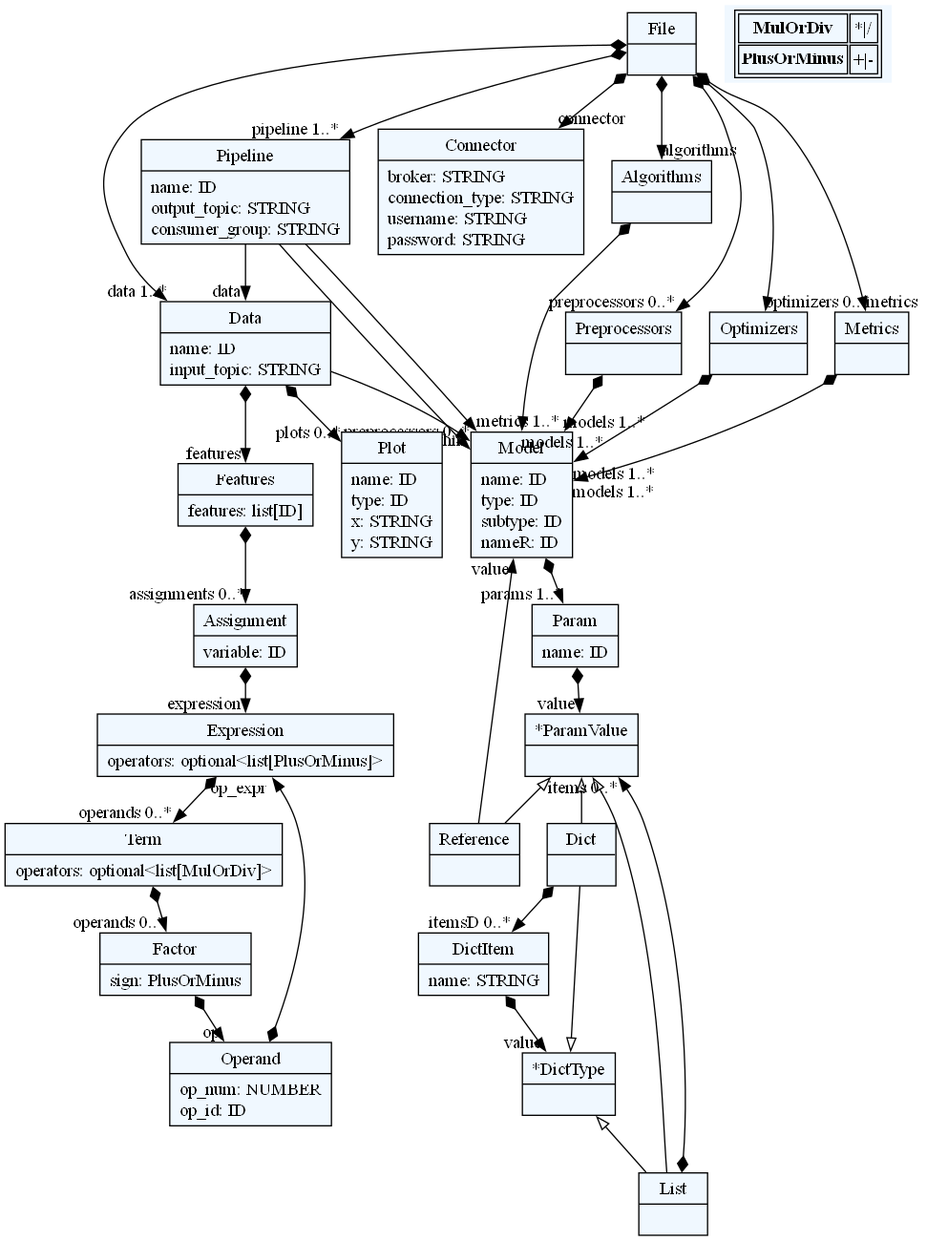
deepblue597/beaver keeps this Graphviz diagram as beaver/beaver.dot.png. Above is the earlier version. Its source is kept beside it as beaver/beaver.dot.
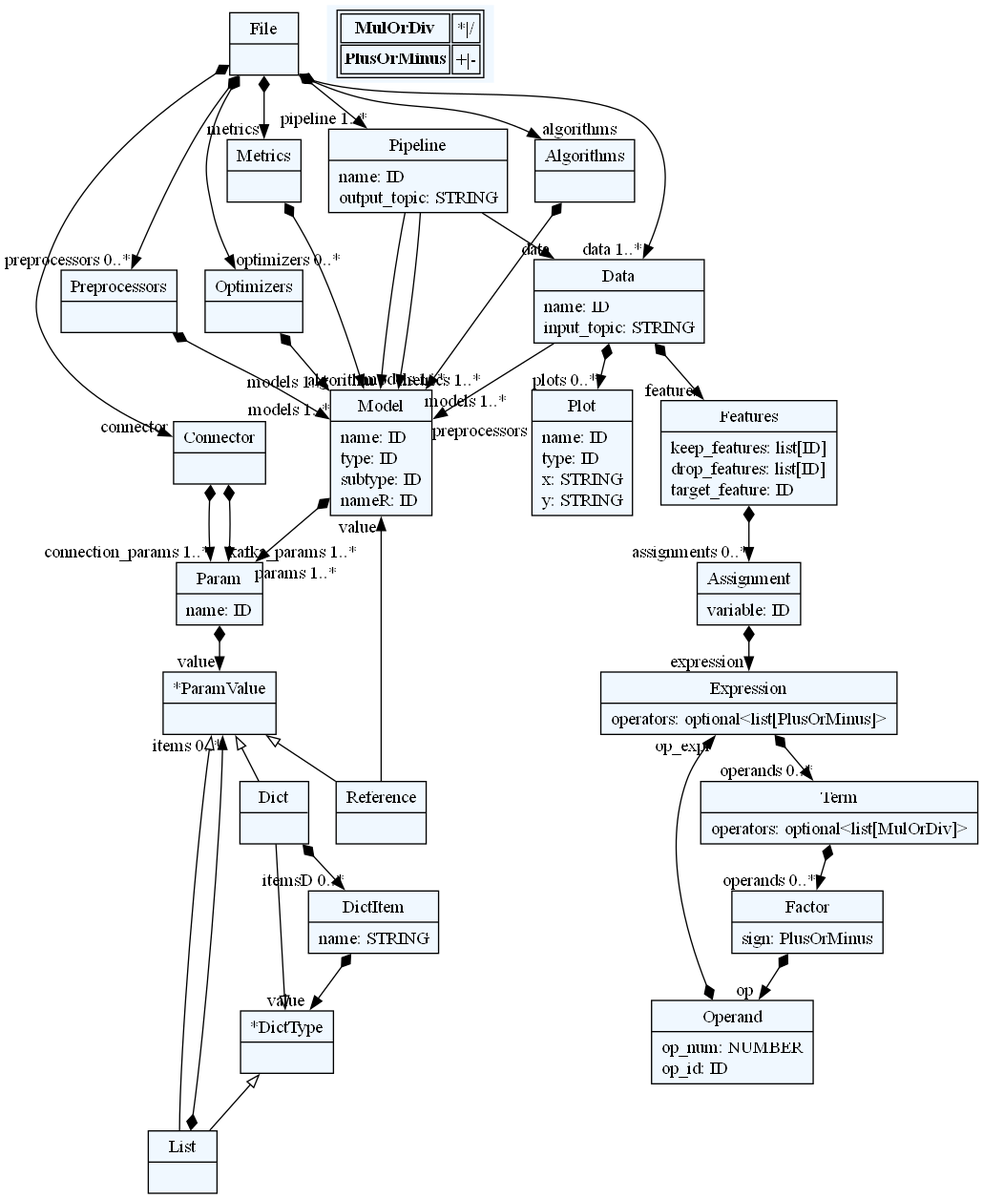
After the commit.

Diff of the diagram source:
```diff
@@ -10,88 +10,90 @@
     edge[dir=black,arrowtail=empty]
 
 
-1826590761392[ label="{File|}"]
+2126127807040[ label="{File|}"]
 
-1826590760384[ label="{Pipeline|name: ID\loutput_topic: STRING\lconsumer_group: STRING\l}"]
+2126127802288[ label="{Pipeline|name: ID\loutput_topic: STRING\l}"]
 
-1826590767632[ label="{Data|name: ID\linput_topic: STRING\l}"]
+2126127794896[ label="{Data|name: ID\linput_topic: STRING\l}"]
 
-1826590757360[ label="{Connector|broker: STRING\lconnection_type: STRING\lusername: STRING\lpassword: STRING\l}"]
+2126127798736[ label="{Connector|}"]
 
-1826590766720[ label="{Algorithms|}"]
+2126127807376[ label="{Algorithms|}"]
 
-1826590757552[ label="{Preprocessors|}"]
+2126127803296[ label="{Preprocessors|}"]
 
-1826590846096[ label="{Optimizers|}"]
+2126127805552[ label="{Optimizers|}"]
 
-1826590839424[ label="{Metrics|}"]
+2126127808048[ label="{Metrics|}"]
 
-1826590839952[ label="{Model|name: ID\ltype: ID\lsubtype: ID\lnameR: ID\l}"]
+2126127804352[ label="{Model|name: ID\ltype: ID\lsubtype: ID\lnameR: ID\l}"]
 
-1826590849984[ label="{Param|name: ID\l}"]
+2126127807520[ label="{Param|name: ID\l}"]
 
-1826590847872[ label="{List|}"]
+2126128352048[ label="{List|}"]
 
-1826590847440[ label="{*ParamValue|}"]
+2126128351952[ label="{*ParamValue|}"]
 
-1826590846768[ label="{Dict|}"]
+2126128352000[ label="{Dict|}"]
 
-1826590847776[ label="{DictItem|name: STRING\l}"]
+2126127807136[ label="{DictItem|name: STRING\l}"]
 
-1826590847680[ label="{*DictType|}"]
+2126128350656[ label="{*DictType|}"]
 
-1826590847824[ label="{Reference|}"]
+2126128350464[ label="{Reference|}"]
 
-1826590835728[ label="{Features|features: list[ID]\l}"]
+2126128351232[ label="{Features|keep_features: list[ID]\ldrop_features: list[ID]\ltarget_feature: ID\l}"]
 
-1826590836400[ label="{Assignment|variable: ID\l}"]
+2126128350080[ label="{Assignment|variable: ID\l}"]
 
-1826590834768[ label="{Expression|operators: optional\<list[PlusOrMinus]\>\l}"]
+2126128349552[ label="{Expression|operators: optional\<list[PlusOrMinus]\>\l}"]
 
-1826590848112[ label="{Term|operators: optional\<list[MulOrDiv]\>\l}"]
+2126128349936[ label="{Term|operators: optional\<list[MulOrDiv]\>\l}"]
 
-1826590848784[ label="{Factor|sign: PlusOrMinus\l}"]
+2126128351616[ label="{Factor|sign: PlusOrMinus\l}"]
 
-1826590849216[ label="{Operand|op_num: NUMBER\lop_id: ID\l}"]
+2126128350176[ label="{Operand|op_num: NUMBER\lop_id: ID\l}"]
 
-1826590849312[ label="{Plot|name: ID\ltype: ID\lx: STRING\ly: STRING\l}"]
+2126128351760[ label="{Plot|name: ID\ltype: ID\lx: STRING\ly: STRING\l}"]
 
 
 
-1826590761392 -> 1826590760384[arrowtail=diamond, dir=both, headlabel="pipeline 1..*"]
-1826590761392 -> 1826590757360[arrowtail=diamond, dir=both, headlabel="connector "]
-1826590761392 -> 1826590767632[arrowtail=diamond, dir=both, headlabel="data 1..*"]
-1826590761392 -> 1826590757552[arrowtail=diamond, dir=both, headlabel="preprocessors 0..*"]
-1826590761392 -> 1826590766720[arrowtail=diamond, dir=both, headlabel="algorithms "]
-1826590761392 -> 1826590846096[arrowtail=diamond, dir=both, headlabel="optimizers 0..*"]
-1826590761392 -> 1826590839424[arrowtail=diamond, dir=both, headlabel="metrics "]
-1826590760384 -> 1826590767632[headlabel="data "]
-1826590760384 -> 1826590839952[headlabel="algorithm "]
-1826590760384 -> 1826590839952[headlabel="metrics 1..*"]
-1826590767632 -> 1826590835728[arrowtail=diamond, dir=both, headlabel="features "]
-1826590767632 -> 1826590839952[headlabel="preprocessors 0..*"]
-1826590767632 -> 1826590849312[arrowtail=diamond, dir=both, headlabel="plots 0..*"]
-1826590766720 -> 1826590839952[arrowtail=diamond, dir=both, headlabel="models 1..*"]
-1826590757552 -> 1826590839952[arrowtail=diamond, dir=both, headlabel="models 1..*"]
-1826590846096 -> 1826590839952[arrowtail=diamond, dir=both, headlabel="models 1..*"]
-1826590839424 -> 1826590839952[arrowtail=diamond, dir=both, headlabel="models 1..*"]
-1826590839952 -> 1826590849984[arrowtail=diamond, dir=both, headlabel="params 1..*"]
-1826590849984 -> 1826590847440[arrowtail=diamond, dir=both, headlabel="value "]
-1826590847872 -> 1826590847440[arrowtail=diamond, dir=both, headlabel="items 0..*"]
-1826590847440 -> 1826590847824 [dir=back]
-1826590847440 -> 1826590847872 [dir=back]
-1826590847440 -> 1826590846768 [dir=back]
-1826590846768 -> 1826590847776[arrowtail=diamond, dir=both, headlabel="itemsD 0..*"]
-1826590847776 -> 1826590847680[arrowtail=diamond, dir=both, headlabel="value "]
-1826590847680 -> 1826590846768 [dir=back]
-1826590847680 -> 1826590847872 [dir=back]
-1826590847824 -> 1826590839952[headlabel="value "]
-1826590835728 -> 1826590836400[arrowtail=diamond, dir=both, headlabel="assignments 0..*"]
-1826590836400 -> 1826590834768[arrowtail=diamond, dir=both, headlabel="expression "]
-1826590834768 -> 1826590848112[arrowtail=diamond, dir=both, headlabel="operands 0..*"]
-1826590848112 -> 1826590848784[arrowtail=diamond, dir=both, headlabel="operands 0..*"]
-1826590848784 -> 1826590849216[arrowtail=diamond, dir=both, headlabel="op "]
-1826590849216 -> 1826590834768[arrowtail=diamond, dir=both, headlabel="op_expr "]
+2126127807040 -> 2126127802288[arrowtail=diamond, dir=both, headlabel="pipeline 1..*"]
+2126127807040 -> 2126127798736[arrowtail=diamond, dir=both, headlabel="connector "]
+2126127807040 -> 2126127794896[arrowtail=diamond, dir=both, headlabel="data 1..*"]
+2126127807040 -> 2126127803296[arrowtail=diamond, dir=both, headlabel="preprocessors 0..*"]
+2126127807040 -> 2126127807376[arrowtail=diamond, dir=both, headlabel="algorithms "]
+2126127807040 -> 2126127805552[arrowtail=diamond, dir=both, headlabel="optimizers 0..*"]
+2126127807040 -> 2126127808048[arrowtail=diamond, dir=both, headlabel="metrics "]
+2126127802288 -> 2126127794896[headlabel="data "]
+2126127802288 -> 2126127804352[headlabel="algorithm "]
+2126127802288 -> 2126127804352[headlabel="metrics 1..*"]
+2126127794896 -> 2126128351232[arrowtail=diamond, dir=both, headlabel="features "]
+2126127794896 -> 2126127804352[headlabel="preprocessors 0..*"]
+2126127794896 -> 2126128351760[arrowtail=diamond, dir=both, headlabel="plots 0..*"]
+2126127798736 -> 2126127807520[arrowtail=diamond, dir=both, headlabel="connection_params 1..*"]
+2126127798736 -> 2126127807520[arrowtail=diamond, dir=both, headlabel="kafka_params 1..*"]
+2126127807376 -> 2126127804352[arrowtail=diamond, dir=both, headlabel="models 1..*"]
+2126127803296 -> 2126127804352[arrowtail=diamond, dir=both, headlabel="models 1..*"]
+2126127805552 -> 2126127804352[arrowtail=diamond, dir=both, headlabel="models 1..*"]
+2126127808048 -> 2126127804352[arrowtail=diamond, dir=both, headlabel="models 1..*"]
+2126127804352 -> 2126127807520[arrowtail=diamond, dir=both, headlabel="params 1..*"]
+2126127807520 -> 2126128351952[arrowtail=diamond, dir=both, headlabel="value "]
+2126128352048 -> 2126128351952[arrowtail=diamond, dir=both, headlabel="items 0..*"]
+2126128351952 -> 2126128350464 [dir=back]
+2126128351952 -> 2126128352048 [dir=back]
+2126128351952 -> 2126128352000 [dir=back]
+2126128352000 -> 2126127807136[arrowtail=diamond, dir=both, headlabel="itemsD 0..*"]
+2126127807136 -> 2126128350656[arrowtail=diamond, dir=both, headlabel="value "]
+2126128350656 -> 2126128352000 [dir=back]
+2126128350656 -> 2126128352048 [dir=back]
+2126128350464 -> 2126127804352[headlabel="value "]
+2126128351232 -> 2126128350080[arrowtail=diamond, dir=both, headlabel="assignments 0..*"]
+2126128350080 -> 2126128349552[arrowtail=diamond, dir=both, headlabel="expression "]
+2126128349552 -> 2126128349936[arrowtail=diamond, dir=both, headlabel="operands 0..*"]
+2126128349936 -> 2126128351616[arrowtail=diamond, dir=both, headlabel="operands 0..*"]
+2126128351616 -> 2126128350176[arrowtail=diamond, dir=both, headlabel="op "]
+2126128350176 -> 2126128349552[arrowtail=diamond, dir=both, headlabel="op_expr "]
 match_rules [ shape=plaintext, label=< <table>
 	<tr>
 		<td><b>MulOrDiv</b></td><td>*|/</td>
```
